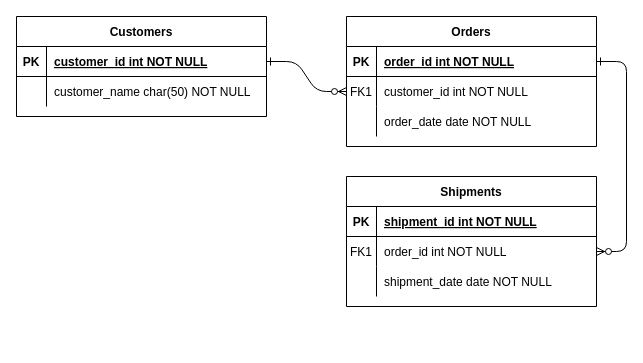
Earlier version of the draw.io diagram Untitled Diagram.drawio (mctozal/EntitySchemeMGG). Source tidied: cells renumbered, new cells numbered last; positions are measured from the earlier drawing's top-left corner, leaving out a move shared by most shapes. Both pictures are drawn from the tidied source at 100%, with x=0, y=0 at pixel (16, 16).
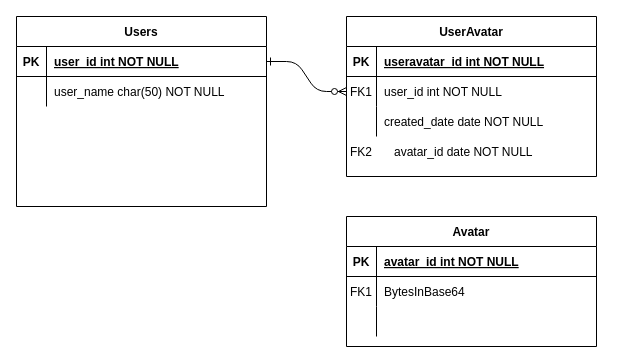
The same diagram, later.

Unchanged cells that the change refers to:
```xml
<mxCell id="5" style="shape=partialRectangle;fillColor=none;points=[[0,0.5],[1,0.5]];portConstraint=eastwest;top=0;left=0;right=0;bottom=1;" parent="4" vertex="1">
  <mxGeometry y="30" width="250" height="30" as="geometry" />
</mxCell>
<mxCell id="8" style="shape=partialRectangle;fillColor=none;points=[[0,0.5],[1,0.5]];portConstraint=eastwest;top=0;left=0;right=0;bottom=0;" parent="4" vertex="1">
  <mxGeometry y="60" width="250" height="30" as="geometry" />
</mxCell>
<mxCell id="11" style="shape=partialRectangle;fillColor=none;top=0;left=0;right=0;bottom=0;" parent="4" vertex="1">
  <mxGeometry y="90" width="250" height="30" as="geometry" />
</mxCell>
<mxCell id="25" style="shape=partialRectangle;fillColor=none;points=[[0,0.5],[1,0.5]];portConstraint=eastwest;top=0;left=0;right=0;bottom=1;" parent="24" vertex="1">
  <mxGeometry y="30" width="250" height="30" as="geometry" />
</mxCell>
<mxCell id="28" style="shape=partialRectangle;fillColor=none;top=0;left=0;right=0;bottom=0;" parent="24" vertex="1">
  <mxGeometry y="60" width="250" height="30" as="geometry" />
</mxCell>
```

Change to the diagram source:
```diff
@@
-    <mxCell id="3" style="edgeStyle=entityRelationEdgeStyle;endArrow=ERzeroToMany;startArrow=ERone;endFill=1;startFill=0;" parent="1" edge="1" source="5" target="18">
-      <mxGeometry relative="1" as="geometry" />
-    </mxCell>
-    <mxCell id="4" value="Orders" style="shape=table;startSize=30;childLayout=tableLayout;rowLines=0;fontStyle=1;align=center;" parent="1" vertex="1">
-      <mxGeometry x="330" width="250" height="130" as="geometry" />
+    <mxCell id="4" value="UserAvatar" style="shape=table;startSize=30;childLayout=tableLayout;rowLines=0;fontStyle=1;align=center;" parent="1" vertex="1">
+      <mxGeometry x="330" width="250" height="160" as="geometry" />
     </mxCell>
@@
-    <mxCell id="7" value="order_id int NOT NULL " style="shape=partialRectangle;overflow=hidden;fillColor=none;top=0;left=0;bottom=0;right=0;align=left;spacingLeft=6;fontStyle=5;" parent="5" vertex="1">
+    <mxCell id="7" value="useravatar_id int NOT NULL " style="shape=partialRectangle;overflow=hidden;fillColor=none;top=0;left=0;bottom=0;right=0;align=left;spacingLeft=6;fontStyle=5;" parent="5" vertex="1">
       <mxGeometry x="30" width="220" height="30" as="geometry" />
     </mxCell>
@@
-    <mxCell id="10" value="customer_id int NOT NULL" style="shape=partialRectangle;overflow=hidden;fillColor=none;top=0;left=0;bottom=0;right=0;align=left;spacingLeft=6;" parent="8" vertex="1">
+    <mxCell id="10" value="user_id int NOT NULL" style="shape=partialRectangle;overflow=hidden;fillColor=none;top=0;left=0;bottom=0;right=0;align=left;spacingLeft=6;" parent="8" vertex="1">
       <mxGeometry x="30" width="220" height="30" as="geometry" />
     </mxCell>
@@
-    <mxCell id="13" value="order_date date NOT NULL" style="shape=partialRectangle;overflow=hidden;fillColor=none;top=0;left=0;bottom=0;right=0;align=left;spacingLeft=6;" parent="11" vertex="1">
+    <mxCell id="13" value="created_date date NOT NULL" style="shape=partialRectangle;overflow=hidden;fillColor=none;top=0;left=0;bottom=0;right=0;align=left;spacingLeft=6;" parent="11" vertex="1">
       <mxGeometry x="30" width="220" height="30" as="geometry" />
     </mxCell>
-    <mxCell id="14" value="Shipments" style="shape=table;startSize=30;childLayout=tableLayout;rowLines=0;fontStyle=1;align=center;" parent="1" vertex="1">
-      <mxGeometry x="330" y="160" width="250" height="130" as="geometry" />
-    </mxCell>
-    <mxCell id="15" style="shape=partialRectangle;fillColor=none;top=0;left=0;right=0;bottom=1;" parent="14" vertex="1">
-      <mxGeometry y="30" width="250" height="30" as="geometry" />
-    </mxCell>
-    <mxCell id="16" value="PK" style="shape=partialRectangle;overflow=hidden;fillColor=none;top=0;left=0;bottom=0;right=0;fontStyle=1;" parent="15" vertex="1">
-      <mxGeometry width="30" height="30" as="geometry" />
-    </mxCell>
-    <mxCell id="17" value="shipment_id int NOT NULL " style="shape=partialRectangle;overflow=hidden;fillColor=none;top=0;left=0;bottom=0;right=0;align=left;spacingLeft=6;fontStyle=5;" parent="15" vertex="1">
-      <mxGeometry x="30" width="220" height="30" as="geometry" />
-    </mxCell>
-    <mxCell id="18" style="shape=partialRectangle;fillColor=none;points=[[0,0.5],[1,0.5]];portConstraint=eastwest;top=0;left=0;right=0;bottom=0;" parent="14" vertex="1">
-      <mxGeometry y="60" width="250" height="30" as="geometry" />
-    </mxCell>
-    <mxCell id="19" value="FK1" style="shape=partialRectangle;overflow=hidden;fillColor=none;top=0;left=0;bottom=0;right=0;" parent="18" vertex="1">
-      <mxGeometry width="30" height="30" as="geometry" />
-    </mxCell>
-    <mxCell id="20" value="order_id int NOT NULL" style="shape=partialRectangle;overflow=hidden;fillColor=none;top=0;left=0;bottom=0;right=0;align=left;spacingLeft=6;" parent="18" vertex="1">
-      <mxGeometry x="30" width="220" height="30" as="geometry" />
-    </mxCell>
-    <mxCell id="21" style="shape=partialRectangle;fillColor=none;top=0;left=0;right=0;bottom=0;" parent="14" vertex="1">
-      <mxGeometry y="90" width="250" height="30" as="geometry" />
-    </mxCell>
-    <mxCell id="22" style="shape=partialRectangle;overflow=hidden;fillColor=none;top=0;left=0;bottom=0;right=0;" parent="21" vertex="1">
-      <mxGeometry width="30" height="30" as="geometry" />
-    </mxCell>
-    <mxCell id="23" value="shipment_date date NOT NULL" style="shape=partialRectangle;overflow=hidden;fillColor=none;top=0;left=0;bottom=0;right=0;align=left;spacingLeft=6;" parent="21" vertex="1">
-      <mxGeometry x="30" width="220" height="30" as="geometry" />
-    </mxCell>
-    <mxCell id="24" value="Customers" style="shape=table;startSize=30;childLayout=tableLayout;rowLines=0;fontStyle=1;align=center;" parent="1" vertex="1">
-      <mxGeometry width="250" height="100" as="geometry" />
+    <mxCell id="24" value="Users" style="shape=table;startSize=30;childLayout=tableLayout;rowLines=0;fontStyle=1;align=center;" parent="1" vertex="1">
+      <mxGeometry width="250" height="190" as="geometry" />
     </mxCell>
@@
-    <mxCell id="27" value="customer_id int NOT NULL " style="shape=partialRectangle;overflow=hidden;fillColor=none;top=0;left=0;bottom=0;right=0;align=left;spacingLeft=6;fontStyle=5;" parent="25" vertex="1">
+    <mxCell id="27" value="user_id int NOT NULL" style="shape=partialRectangle;overflow=hidden;fillColor=none;top=0;left=0;bottom=0;right=0;align=left;spacingLeft=6;fontStyle=5;" parent="25" vertex="1">
       <mxGeometry x="30" width="220" height="30" as="geometry" />
     </mxCell>
@@
-    <mxCell id="30" value="customer_name char(50) NOT NULL" style="shape=partialRectangle;overflow=hidden;fillColor=none;top=0;left=0;bottom=0;right=0;align=left;spacingLeft=6;" parent="28" vertex="1">
+    <mxCell id="30" value="user_name char(50) NOT NULL" style="shape=partialRectangle;overflow=hidden;fillColor=none;top=0;left=0;bottom=0;right=0;align=left;spacingLeft=6;" parent="28" vertex="1">
       <mxGeometry x="30" width="220" height="30" as="geometry" />
     </mxCell>
+    <mxCell id="31" value="Avatar" style="shape=table;startSize=30;childLayout=tableLayout;rowLines=0;fontStyle=1;align=center;" parent="1" vertex="1">
+      <mxGeometry x="330" y="200" width="250" height="130" as="geometry" />
+    </mxCell>
+    <mxCell id="15" style="shape=partialRectangle;fillColor=none;top=0;left=0;right=0;bottom=1;" parent="31" vertex="1">
+      <mxGeometry y="30" width="250" height="30" as="geometry" />
+    </mxCell>
+    <mxCell id="16" value="PK" style="shape=partialRectangle;overflow=hidden;fillColor=none;top=0;left=0;bottom=0;right=0;fontStyle=1;" parent="15" vertex="1">
+      <mxGeometry width="30" height="30" as="geometry" />
+    </mxCell>
+    <mxCell id="32" value="avatar_id int NOT NULL " style="shape=partialRectangle;overflow=hidden;fillColor=none;top=0;left=0;bottom=0;right=0;align=left;spacingLeft=6;fontStyle=5;" parent="15" vertex="1">
+      <mxGeometry x="30" width="220" height="30" as="geometry" />
+    </mxCell>
+    <mxCell id="18" style="shape=partialRectangle;fillColor=none;points=[[0,0.5],[1,0.5]];portConstraint=eastwest;top=0;left=0;right=0;bottom=0;" parent="31" vertex="1">
+      <mxGeometry y="60" width="250" height="30" as="geometry" />
+    </mxCell>
+    <mxCell id="19" value="FK1" style="shape=partialRectangle;overflow=hidden;fillColor=none;top=0;left=0;bottom=0;right=0;" parent="18" vertex="1">
+      <mxGeometry width="30" height="30" as="geometry" />
+    </mxCell>
+    <mxCell id="33" value="BytesInBase64" style="shape=partialRectangle;overflow=hidden;fillColor=none;top=0;left=0;bottom=0;right=0;align=left;spacingLeft=6;" parent="18" vertex="1">
+      <mxGeometry x="30" width="220" height="30" as="geometry" />
+    </mxCell>
+    <mxCell id="21" style="shape=partialRectangle;fillColor=none;top=0;left=0;right=0;bottom=0;" parent="31" vertex="1">
+      <mxGeometry y="90" width="250" height="30" as="geometry" />
+    </mxCell>
+    <mxCell id="22" style="shape=partialRectangle;overflow=hidden;fillColor=none;top=0;left=0;bottom=0;right=0;" parent="21" vertex="1">
+      <mxGeometry width="30" height="30" as="geometry" />
+    </mxCell>
+    <mxCell id="34" style="shape=partialRectangle;overflow=hidden;fillColor=none;top=0;left=0;bottom=0;right=0;align=left;spacingLeft=6;" parent="21" vertex="1">
+      <mxGeometry x="30" width="220" height="30" as="geometry" />
+    </mxCell>
+    <mxCell id="35" value="avatar_id date NOT NULL" style="shape=partialRectangle;overflow=hidden;fillColor=none;top=0;left=0;bottom=0;right=0;align=left;spacingLeft=6;" parent="1" vertex="1">
+      <mxGeometry x="370" y="120" width="210" height="30" as="geometry" />
+    </mxCell>
+    <mxCell id="36" value="FK2" style="shape=partialRectangle;overflow=hidden;fillColor=none;top=0;left=0;bottom=0;right=0;" parent="1" vertex="1">
+      <mxGeometry x="330" y="120" width="30" height="30" as="geometry" />
+    </mxCell>
```
